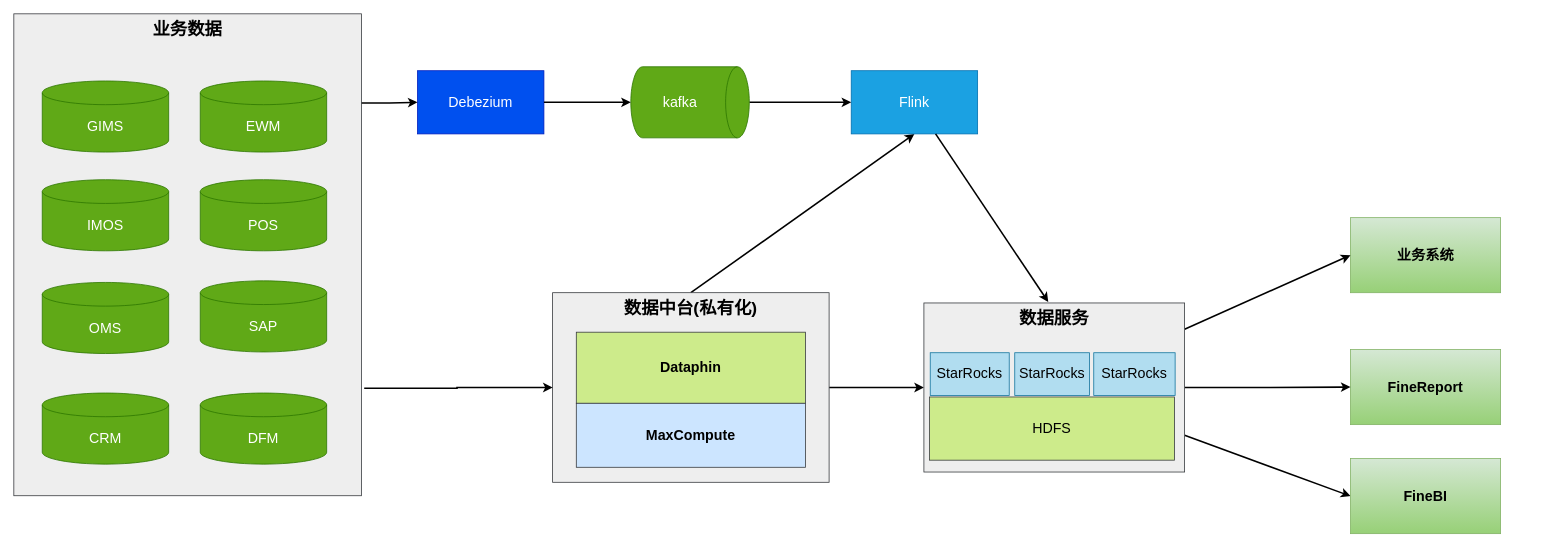
Above: page "第 2 页" (2 of 3) of bsd.drawio in starzy1990/diagrams (draw.io), before the change. Source tidied: cells renumbered, new cells numbered last; positions are measured from the earlier drawing's top-left corner, leaving out a move shared by most shapes. Both pictures are drawn from the tidied source at 79%, with x=0, y=0 at pixel (13, 13).
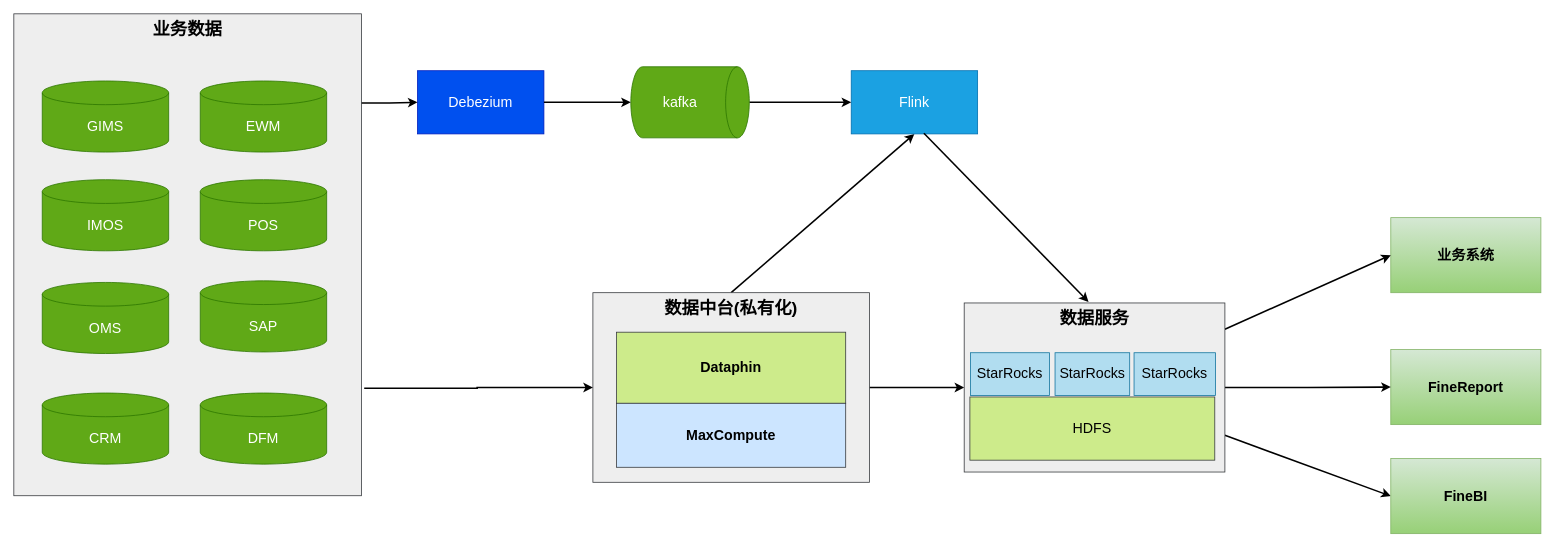
After the change.

Unchanged cells that the change refers to:
```xml
<mxCell id="7" value="Flink" style="rounded=0;whiteSpace=wrap;html=1;fillColor=#1ba1e2;fontColor=#ffffff;strokeColor=#006EAF;fontSize=18;" parent="1" vertex="1">
  <mxGeometry x="1060" y="72" width="160" height="80" as="geometry" />
</mxCell>
```

Diff of the diagram source:
```diff
@@
     <mxCell id="4" value="数据中台(私有化)" style="rounded=0;whiteSpace=wrap;html=1;fillColor=#eeeeee;strokeColor=#36393d;verticalAlign=top;fontSize=22;fontStyle=1;" parent="1" vertex="1">
-      <mxGeometry x="682" y="353" width="350" height="240" as="geometry" />
+      <mxGeometry x="733" y="353" width="350" height="240" as="geometry" />
     </mxCell>
     <mxCell id="5" value="Dataphin" style="rounded=0;whiteSpace=wrap;html=1;fillColor=#cdeb8b;strokeColor=#36393d;fontStyle=1;fontSize=18;" parent="1" vertex="1">
-      <mxGeometry x="712" y="403" width="290" height="90" as="geometry" />
+      <mxGeometry x="763" y="403" width="290" height="90" as="geometry" />
     </mxCell>
     <mxCell id="6" value="MaxCompute" style="rounded=0;whiteSpace=wrap;html=1;fontStyle=1;fontSize=18;fillColor=#cce5ff;strokeColor=#36393d;" parent="1" vertex="1">
-      <mxGeometry x="712" y="493" width="290" height="81" as="geometry" />
+      <mxGeometry x="763" y="493" width="290" height="81" as="geometry" />
     </mxCell>
@@
     <mxCell id="23" value="业务系统" style="rounded=0;whiteSpace=wrap;html=1;fillColor=#d5e8d4;strokeColor=#82b366;fontSize=18;fontStyle=1;gradientColor=#97d077;" parent="1" vertex="1">
-      <mxGeometry x="1692" y="258" width="190" height="95" as="geometry" />
+      <mxGeometry x="1743" y="258" width="190" height="95" as="geometry" />
     </mxCell>
     <mxCell id="24" value="FineReport" style="rounded=0;whiteSpace=wrap;html=1;fillColor=#d5e8d4;strokeColor=#82b366;fontSize=18;fontStyle=1;gradientColor=#97d077;" parent="1" vertex="1">
-      <mxGeometry x="1692" y="425" width="190" height="95" as="geometry" />
+      <mxGeometry x="1743" y="425" width="190" height="95" as="geometry" />
     </mxCell>
@@
     <mxCell id="28" value="数据服务" style="rounded=0;whiteSpace=wrap;html=1;fillColor=#eeeeee;strokeColor=#36393d;verticalAlign=top;fontSize=22;fontStyle=1;" parent="1" vertex="1">
-      <mxGeometry x="1152" y="366" width="330" height="214" as="geometry" />
+      <mxGeometry x="1203" y="366" width="330" height="214" as="geometry" />
     </mxCell>
-    <mxCell id="29" style="rounded=0;jettySize=auto;html=1;entryX=0.477;entryY=-0.006;entryDx=0;entryDy=0;entryPerimeter=0;strokeWidth=2;" parent="1" edge="1" source="7" target="28">
+    <mxCell id="29" style="rounded=0;jettySize=auto;html=1;entryX=0.477;entryY=-0.006;entryDx=0;entryDy=0;entryPerimeter=0;strokeWidth=2;exitX=0.575;exitY=0.989;exitDx=0;exitDy=0;exitPerimeter=0;" parent="1" edge="1" source="7" target="28">
       <mxGeometry relative="1" as="geometry" />
     </mxCell>
     <mxCell id="30" value="HDFS" style="rounded=0;whiteSpace=wrap;html=1;fillColor=#cdeb8b;strokeColor=#36393d;fontSize=18;" parent="1" vertex="1">
-      <mxGeometry x="1159.2" y="485" width="310" height="80" as="geometry" />
+      <mxGeometry x="1210.2" y="485" width="310" height="80" as="geometry" />
     </mxCell>
     <mxCell id="31" value="StarRocks" style="rounded=0;whiteSpace=wrap;html=1;fillColor=#b1ddf0;strokeColor=#10739e;fontSize=18;" parent="1" vertex="1">
-      <mxGeometry x="1367" y="429" width="103" height="54" as="geometry" />
+      <mxGeometry x="1418" y="429" width="103" height="54" as="geometry" />
     </mxCell>
     <mxCell id="32" value="FineBI" style="rounded=0;whiteSpace=wrap;html=1;fillColor=#d5e8d4;strokeColor=#82b366;fontSize=18;fontStyle=1;gradientColor=#97d077;" parent="1" vertex="1">
-      <mxGeometry x="1692" y="563" width="190" height="95" as="geometry" />
+      <mxGeometry x="1743" y="563" width="190" height="95" as="geometry" />
     </mxCell>
     <mxCell id="33" value="StarRocks" style="rounded=0;whiteSpace=wrap;html=1;fillColor=#b1ddf0;strokeColor=#10739e;fontSize=18;" parent="1" vertex="1">
-      <mxGeometry x="1267" y="429" width="94.5" height="54" as="geometry" />
+      <mxGeometry x="1318" y="429" width="94.5" height="54" as="geometry" />
     </mxCell>
     <mxCell id="34" value="StarRocks" style="rounded=0;whiteSpace=wrap;html=1;fillColor=#b1ddf0;strokeColor=#10739e;fontSize=18;" parent="1" vertex="1">
-      <mxGeometry x="1160" y="429" width="100" height="54" as="geometry" />
+      <mxGeometry x="1211" y="429" width="100" height="54" as="geometry" />
     </mxCell>
```
